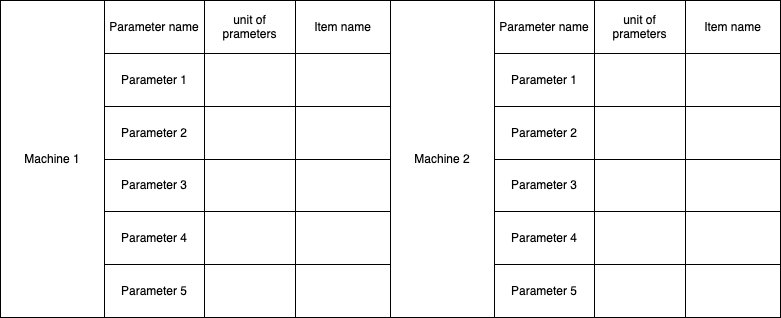
This is machnining paramters.png from amerezoji1362/drawio-github, a draw.io export, as it was before one commit. Source tidied: cells renumbered, new cells last; positions are measured from the earlier drawing's top-left corner, leaving out a move shared by most shapes.
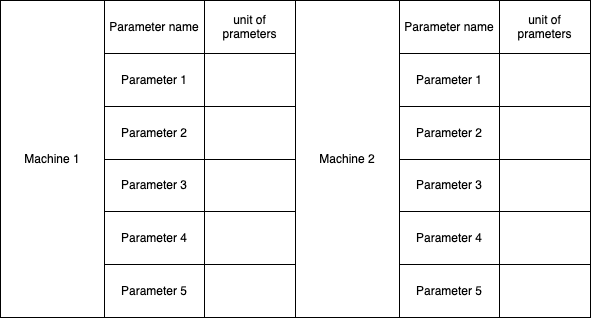
After the commit.

Change to the diagram source:
```diff
@@ -3,10 +3,10 @@
     <mxCell id="0" />
     <mxCell id="1" parent="0" />
     <mxCell id="2" style="shape=table;startSize=0;" parent="1" vertex="1">
-      <mxGeometry x="104" width="286" height="317" as="geometry" />
+      <mxGeometry x="104" width="191" height="317" as="geometry" />
     </mxCell>
     <mxCell id="3" style="shape=partialRectangle;fillColor=none;top=0;left=0;bottom=0;right=0;" parent="2" vertex="1">
-      <mxGeometry width="286" height="53" as="geometry" />
+      <mxGeometry width="191" height="53" as="geometry" />
     </mxCell>
     <mxCell id="4" value="Parameter name" style="shape=partialRectangle;html=1;whiteSpace=wrap;overflow=hidden;fillColor=none;top=0;left=0;bottom=0;right=0;" parent="3" vertex="1">
       <mxGeometry width="100" height="53" as="geometry" />
@@ -14,11 +14,8 @@
     <mxCell id="5" value="unit of prameters" style="shape=partialRectangle;html=1;whiteSpace=wrap;overflow=hidden;fillColor=none;top=0;left=0;bottom=0;right=0;" parent="3" vertex="1">
       <mxGeometry x="100" width="91" height="53" as="geometry" />
     </mxCell>
-    <mxCell id="6" value="Item name" style="shape=partialRectangle;html=1;whiteSpace=wrap;overflow=hidden;fillColor=none;top=0;left=0;bottom=0;right=0;" parent="3" vertex="1">
-      <mxGeometry x="191" width="95" height="53" as="geometry" />
-    </mxCell>
     <mxCell id="7" style="shape=partialRectangle;fillColor=none;top=0;left=0;bottom=0;right=0;" parent="2" vertex="1">
-      <mxGeometry y="53" width="286" height="53" as="geometry" />
+      <mxGeometry y="53" width="191" height="53" as="geometry" />
     </mxCell>
     <mxCell id="8" value="Parameter 1" style="shape=partialRectangle;html=1;whiteSpace=wrap;overflow=hidden;fillColor=none;top=0;left=0;bottom=0;right=0;" parent="7" vertex="1">
       <mxGeometry width="100" height="53" as="geometry" />
@@ -26,11 +23,8 @@
     <mxCell id="9" style="shape=partialRectangle;html=1;whiteSpace=wrap;overflow=hidden;fillColor=none;top=0;left=0;bottom=0;right=0;" parent="7" vertex="1">
       <mxGeometry x="100" width="91" height="53" as="geometry" />
     </mxCell>
-    <mxCell id="10" style="shape=partialRectangle;html=1;whiteSpace=wrap;overflow=hidden;fillColor=none;top=0;left=0;bottom=0;right=0;" parent="7" vertex="1">
-      <mxGeometry x="191" width="95" height="53" as="geometry" />
-    </mxCell>
     <mxCell id="11" style="shape=partialRectangle;fillColor=none;top=0;left=0;bottom=0;right=0;" parent="2" vertex="1">
-      <mxGeometry y="106" width="286" height="53" as="geometry" />
+      <mxGeometry y="106" width="191" height="53" as="geometry" />
     </mxCell>
     <mxCell id="12" value="Parameter 2" style="shape=partialRectangle;html=1;whiteSpace=wrap;overflow=hidden;fillColor=none;top=0;left=0;bottom=0;right=0;" parent="11" vertex="1">
       <mxGeometry width="100" height="53" as="geometry" />
@@ -38,11 +32,8 @@
     <mxCell id="13" style="shape=partialRectangle;html=1;whiteSpace=wrap;overflow=hidden;fillColor=none;top=0;left=0;bottom=0;right=0;" parent="11" vertex="1">
       <mxGeometry x="100" width="91" height="53" as="geometry" />
     </mxCell>
-    <mxCell id="14" style="shape=partialRectangle;html=1;whiteSpace=wrap;overflow=hidden;fillColor=none;top=0;left=0;bottom=0;right=0;" parent="11" vertex="1">
-      <mxGeometry x="191" width="95" height="53" as="geometry" />
-    </mxCell>
     <mxCell id="15" style="shape=partialRectangle;fillColor=none;top=0;left=0;bottom=0;right=0;" parent="2" vertex="1">
-      <mxGeometry y="159" width="286" height="52" as="geometry" />
+      <mxGeometry y="159" width="191" height="52" as="geometry" />
     </mxCell>
     <mxCell id="16" value="Parameter 3" style="shape=partialRectangle;html=1;whiteSpace=wrap;overflow=hidden;fillColor=none;top=0;left=0;bottom=0;right=0;" parent="15" vertex="1">
       <mxGeometry width="100" height="52" as="geometry" />
@@ -50,11 +41,8 @@
     <mxCell id="17" style="shape=partialRectangle;html=1;whiteSpace=wrap;overflow=hidden;fillColor=none;top=0;left=0;bottom=0;right=0;" parent="15" vertex="1">
       <mxGeometry x="100" width="91" height="52" as="geometry" />
     </mxCell>
-    <mxCell id="18" style="shape=partialRectangle;html=1;whiteSpace=wrap;overflow=hidden;fillColor=none;top=0;left=0;bottom=0;right=0;" parent="15" vertex="1">
-      <mxGeometry x="191" width="95" height="52" as="geometry" />
-    </mxCell>
     <mxCell id="19" style="shape=partialRectangle;fillColor=none;top=0;left=0;bottom=0;right=0;" parent="2" vertex="1">
-      <mxGeometry y="211" width="286" height="53" as="geometry" />
+      <mxGeometry y="211" width="191" height="53" as="geometry" />
     </mxCell>
     <mxCell id="20" value="Parameter 4" style="shape=partialRectangle;html=1;whiteSpace=wrap;overflow=hidden;fillColor=none;top=0;left=0;bottom=0;right=0;" parent="19" vertex="1">
       <mxGeometry width="100" height="53" as="geometry" />
@@ -62,11 +50,8 @@
     <mxCell id="21" style="shape=partialRectangle;html=1;whiteSpace=wrap;overflow=hidden;fillColor=none;top=0;left=0;bottom=0;right=0;" parent="19" vertex="1">
       <mxGeometry x="100" width="91" height="53" as="geometry" />
     </mxCell>
-    <mxCell id="22" style="shape=partialRectangle;html=1;whiteSpace=wrap;overflow=hidden;fillColor=none;top=0;left=0;bottom=0;right=0;" parent="19" vertex="1">
-      <mxGeometry x="191" width="95" height="53" as="geometry" />
-    </mxCell>
     <mxCell id="23" style="shape=partialRectangle;fillColor=none;top=0;left=0;bottom=0;right=0;" parent="2" vertex="1">
-      <mxGeometry y="264" width="286" height="53" as="geometry" />
+      <mxGeometry y="264" width="191" height="53" as="geometry" />
     </mxCell>
     <mxCell id="24" value="Parameter 5" style="shape=partialRectangle;html=1;whiteSpace=wrap;overflow=hidden;fillColor=none;top=0;left=0;bottom=0;right=0;" parent="23" vertex="1">
       <mxGeometry width="100" height="53" as="geometry" />
@@ -74,9 +59,6 @@
     <mxCell id="25" style="shape=partialRectangle;html=1;whiteSpace=wrap;overflow=hidden;fillColor=none;top=0;left=0;bottom=0;right=0;" parent="23" vertex="1">
       <mxGeometry x="100" width="91" height="53" as="geometry" />
     </mxCell>
-    <mxCell id="26" style="shape=partialRectangle;html=1;whiteSpace=wrap;overflow=hidden;fillColor=none;top=0;left=0;bottom=0;right=0;" parent="23" vertex="1">
-      <mxGeometry x="191" width="95" height="53" as="geometry" />
-    </mxCell>
     <mxCell id="27" style="shape=table;startSize=0;" parent="1" vertex="1">
       <mxGeometry width="104" height="317" as="geometry" />
     </mxCell>
@@ -87,7 +69,7 @@
       <mxGeometry width="104" height="317" as="geometry" />
     </mxCell>
     <mxCell id="30" style="shape=table;startSize=0;" parent="1" vertex="1">
-      <mxGeometry x="390" width="104" height="317" as="geometry" />
+      <mxGeometry x="295" width="104" height="317" as="geometry" />
     </mxCell>
     <mxCell id="31" style="shape=partialRectangle;fillColor=none;top=0;left=0;bottom=0;right=0;" parent="30" vertex="1">
       <mxGeometry width="104" height="317" as="geometry" />
@@ -96,10 +78,10 @@
       <mxGeometry width="104" height="317" as="geometry" />
     </mxCell>
     <mxCell id="33" style="shape=table;startSize=0;" parent="1" vertex="1">
-      <mxGeometry x="494" width="286" height="317" as="geometry" />
+      <mxGeometry x="399" width="191" height="317" as="geometry" />
     </mxCell>
     <mxCell id="34" style="shape=partialRectangle;fillColor=none;top=0;left=0;bottom=0;right=0;" parent="33" vertex="1">
-      <mxGeometry width="286" height="53" as="geometry" />
+      <mxGeometry width="191" height="53" as="geometry" />
     </mxCell>
     <mxCell id="35" value="Parameter name" style="shape=partialRectangle;html=1;whiteSpace=wrap;overflow=hidden;fillColor=none;top=0;left=0;bottom=0;right=0;" parent="34" vertex="1">
       <mxGeometry width="100" height="53" as="geometry" />
@@ -107,11 +89,8 @@
     <mxCell id="36" value="unit of prameters" style="shape=partialRectangle;html=1;whiteSpace=wrap;overflow=hidden;fillColor=none;top=0;left=0;bottom=0;right=0;" parent="34" vertex="1">
       <mxGeometry x="100" width="91" height="53" as="geometry" />
     </mxCell>
-    <mxCell id="37" value="Item name" style="shape=partialRectangle;html=1;whiteSpace=wrap;overflow=hidden;fillColor=none;top=0;left=0;bottom=0;right=0;" parent="34" vertex="1">
-      <mxGeometry x="191" width="95" height="53" as="geometry" />
-    </mxCell>
     <mxCell id="38" style="shape=partialRectangle;fillColor=none;top=0;left=0;bottom=0;right=0;" parent="33" vertex="1">
-      <mxGeometry y="53" width="286" height="53" as="geometry" />
+      <mxGeometry y="53" width="191" height="53" as="geometry" />
     </mxCell>
     <mxCell id="39" value="Parameter 1" style="shape=partialRectangle;html=1;whiteSpace=wrap;overflow=hidden;fillColor=none;top=0;left=0;bottom=0;right=0;" parent="38" vertex="1">
       <mxGeometry width="100" height="53" as="geometry" />
@@ -119,11 +98,8 @@
     <mxCell id="40" style="shape=partialRectangle;html=1;whiteSpace=wrap;overflow=hidden;fillColor=none;top=0;left=0;bottom=0;right=0;" parent="38" vertex="1">
       <mxGeometry x="100" width="91" height="53" as="geometry" />
     </mxCell>
-    <mxCell id="41" style="shape=partialRectangle;html=1;whiteSpace=wrap;overflow=hidden;fillColor=none;top=0;left=0;bottom=0;right=0;" parent="38" vertex="1">
-      <mxGeometry x="191" width="95" height="53" as="geometry" />
-    </mxCell>
     <mxCell id="42" style="shape=partialRectangle;fillColor=none;top=0;left=0;bottom=0;right=0;" parent="33" vertex="1">
-      <mxGeometry y="106" width="286" height="53" as="geometry" />
+      <mxGeometry y="106" width="191" height="53" as="geometry" />
     </mxCell>
     <mxCell id="43" value="Parameter 2" style="shape=partialRectangle;html=1;whiteSpace=wrap;overflow=hidden;fillColor=none;top=0;left=0;bottom=0;right=0;" parent="42" vertex="1">
       <mxGeometry width="100" height="53" as="geometry" />
@@ -131,11 +107,8 @@
     <mxCell id="44" style="shape=partialRectangle;html=1;whiteSpace=wrap;overflow=hidden;fillColor=none;top=0;left=0;bottom=0;right=0;" parent="42" vertex="1">
       <mxGeometry x="100" width="91" height="53" as="geometry" />
     </mxCell>
-    <mxCell id="45" style="shape=partialRectangle;html=1;whiteSpace=wrap;overflow=hidden;fillColor=none;top=0;left=0;bottom=0;right=0;" parent="42" vertex="1">
-      <mxGeometry x="191" width="95" height="53" as="geometry" />
-    </mxCell>
     <mxCell id="46" style="shape=partialRectangle;fillColor=none;top=0;left=0;bottom=0;right=0;" parent="33" vertex="1">
-      <mxGeometry y="159" width="286" height="52" as="geometry" />
+      <mxGeometry y="159" width="191" height="52" as="geometry" />
     </mxCell>
     <mxCell id="47" value="Parameter 3" style="shape=partialRectangle;html=1;whiteSpace=wrap;overflow=hidden;fillColor=none;top=0;left=0;bottom=0;right=0;" parent="46" vertex="1">
       <mxGeometry width="100" height="52" as="geometry" />
@@ -143,11 +116,8 @@
     <mxCell id="48" style="shape=partialRectangle;html=1;whiteSpace=wrap;overflow=hidden;fillColor=none;top=0;left=0;bottom=0;right=0;" parent="46" vertex="1">
       <mxGeometry x="100" width="91" height="52" as="geometry" />
     </mxCell>
-    <mxCell id="49" style="shape=partialRectangle;html=1;whiteSpace=wrap;overflow=hidden;fillColor=none;top=0;left=0;bottom=0;right=0;" parent="46" vertex="1">
-      <mxGeometry x="191" width="95" height="52" as="geometry" />
-    </mxCell>
     <mxCell id="50" style="shape=partialRectangle;fillColor=none;top=0;left=0;bottom=0;right=0;" parent="33" vertex="1">
-      <mxGeometry y="211" width="286" height="53" as="geometry" />
+      <mxGeometry y="211" width="191" height="53" as="geometry" />
     </mxCell>
     <mxCell id="51" value="Parameter 4" style="shape=partialRectangle;html=1;whiteSpace=wrap;overflow=hidden;fillColor=none;top=0;left=0;bottom=0;right=0;" parent="50" vertex="1">
       <mxGeometry width="100" height="53" as="geometry" />
@@ -155,11 +125,8 @@
     <mxCell id="52" style="shape=partialRectangle;html=1;whiteSpace=wrap;overflow=hidden;fillColor=none;top=0;left=0;bottom=0;right=0;" parent="50" vertex="1">
       <mxGeometry x="100" width="91" height="53" as="geometry" />
     </mxCell>
-    <mxCell id="53" style="shape=partialRectangle;html=1;whiteSpace=wrap;overflow=hidden;fillColor=none;top=0;left=0;bottom=0;right=0;" parent="50" vertex="1">
-      <mxGeometry x="191" width="95" height="53" as="geometry" />
-    </mxCell>
     <mxCell id="54" style="shape=partialRectangle;fillColor=none;top=0;left=0;bottom=0;right=0;" parent="33" vertex="1">
-      <mxGeometry y="264" width="286" height="53" as="geometry" />
+      <mxGeometry y="264" width="191" height="53" as="geometry" />
     </mxCell>
     <mxCell id="55" value="Parameter 5" style="shape=partialRectangle;html=1;whiteSpace=wrap;overflow=hidden;fillColor=none;top=0;left=0;bottom=0;right=0;" parent="54" vertex="1">
       <mxGeometry width="100" height="53" as="geometry" />
@@ -167,8 +134,5 @@
     <mxCell id="56" style="shape=partialRectangle;html=1;whiteSpace=wrap;overflow=hidden;fillColor=none;top=0;left=0;bottom=0;right=0;" parent="54" vertex="1">
       <mxGeometry x="100" width="91" height="53" as="geometry" />
     </mxCell>
-    <mxCell id="57" style="shape=partialRectangle;html=1;whiteSpace=wrap;overflow=hidden;fillColor=none;top=0;left=0;bottom=0;right=0;" parent="54" vertex="1">
-      <mxGeometry x="191" width="95" height="53" as="geometry" />
-    </mxCell>
   </root>
 </mxGraphModel>
```
